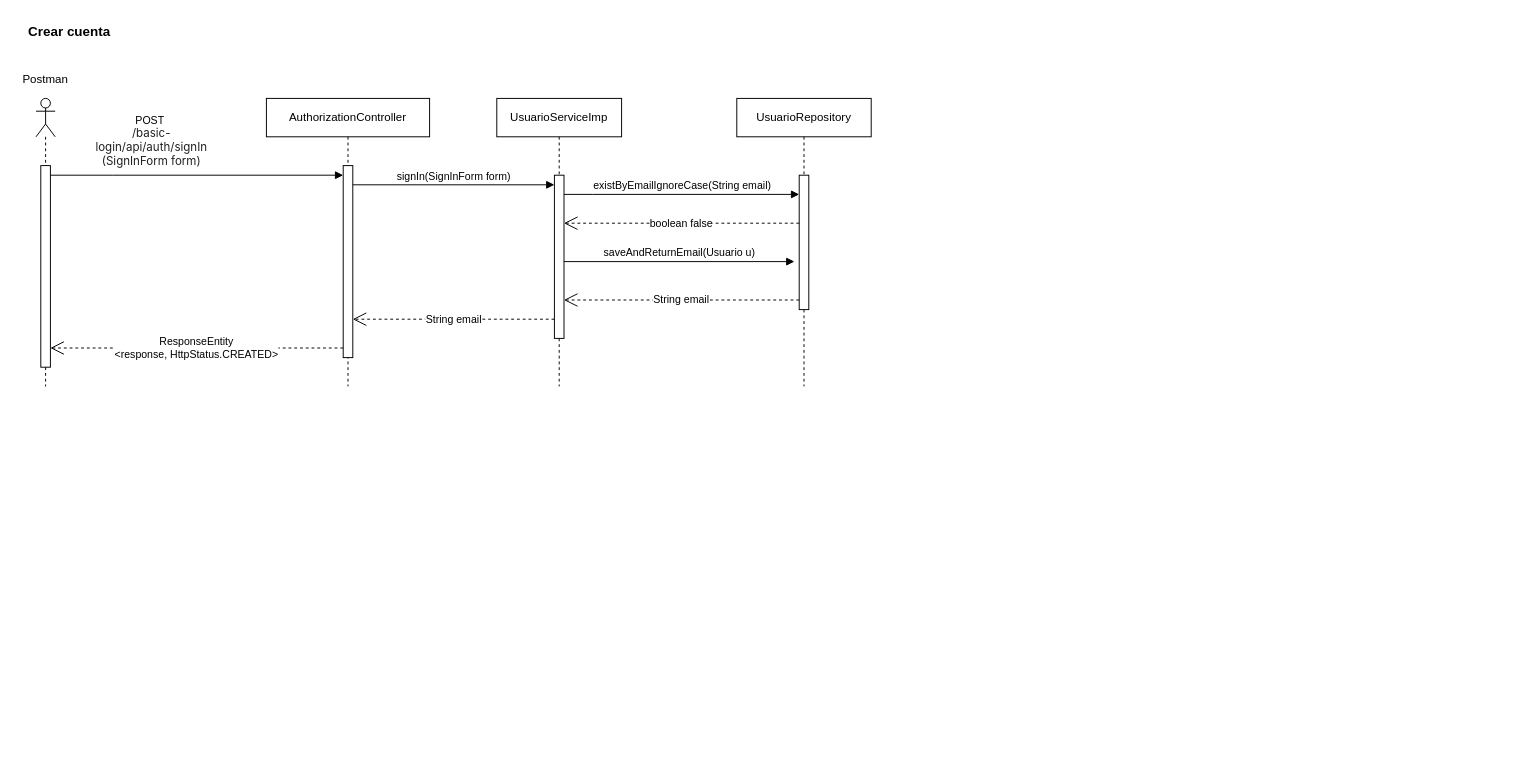
Before: page "Diagrama_secuencia_crear_cuenta" (1 of 3) of diagramas_secuencia_login_API.drawio in jdaniel3331/diagramas-drawio, a draw.io diagram. Source tidied: cells renumbered, new cells numbered last; positions are measured from the earlier drawing's top-left corner, leaving out a move shared by most shapes. Both pictures are drawn from the tidied source at 96%, with x=0, y=0 at pixel (16, 16).
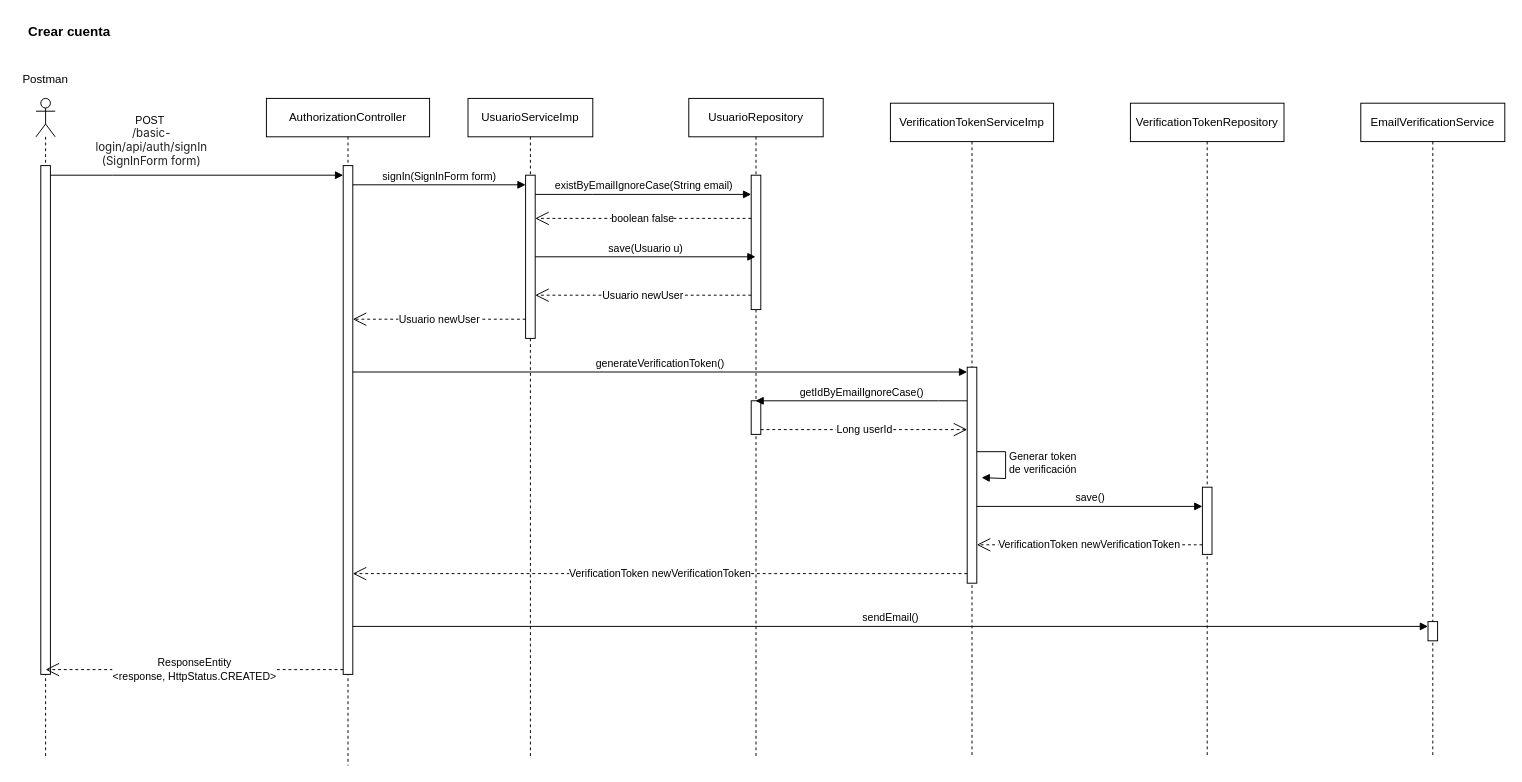
The same diagram, later.

Commit message:
Agregar envio de correo de verificacion al crear cuenta

Unchanged cells that the change refers to:
```xml
<mxCell id="5" style="html=1;points=[[0,0,0,0,5],[0,1,0,0,-5],[1,0,0,0,5],[1,1,0,0,-5]];perimeter=orthogonalPerimeter;outlineConnect=0;targetShapes=umlLifeline;portConstraint=eastwest;newEdgeStyle={&quot;curved&quot;:0,&quot;rounded&quot;:0};" parent="4" vertex="1">
  <mxGeometry x="60" y="80" width="10" height="170" as="geometry" />
</mxCell>
<mxCell id="8" style="html=1;points=[[0,0,0,0,5],[0,1,0,0,-5],[1,0,0,0,5],[1,1,0,0,-5]];perimeter=orthogonalPerimeter;outlineConnect=0;targetShapes=umlLifeline;portConstraint=eastwest;newEdgeStyle={&quot;curved&quot;:0,&quot;rounded&quot;:0};" parent="7" vertex="1">
  <mxGeometry x="65" y="80" width="10" height="140" as="geometry" />
</mxCell>
```

The edit, as a diff of the source:
```diff
@@
     <mxCell id="2" value="AuthorizationController" style="shape=umlLifeline;perimeter=lifelinePerimeter;whiteSpace=wrap;html=1;newEdgeStyle={&quot;curved&quot;:0,&quot;rounded&quot;:0};" parent="1" vertex="1">
-      <mxGeometry x="260" y="85" width="170" height="300" as="geometry" />
+      <mxGeometry x="260" y="85" width="170" height="695" as="geometry" />
     </mxCell>
     <mxCell id="3" style="html=1;points=[[0,0,0,0,5],[0,1,0,0,-5],[1,0,0,0,5],[1,1,0,0,-5]];perimeter=orthogonalPerimeter;outlineConnect=0;targetShapes=umlLifeline;portConstraint=eastwest;newEdgeStyle={&quot;curved&quot;:0,&quot;rounded&quot;:0};" parent="2" vertex="1">
-      <mxGeometry x="80" y="70" width="10" height="200" as="geometry" />
+      <mxGeometry x="80" y="70" width="10" height="530" as="geometry" />
     </mxCell>
     <mxCell id="4" value="UsuarioServiceImp" style="shape=umlLifeline;perimeter=lifelinePerimeter;whiteSpace=wrap;html=1;newEdgeStyle={&quot;curved&quot;:0,&quot;rounded&quot;:0};" parent="1" vertex="1">
-      <mxGeometry x="500" y="85" width="130" height="300" as="geometry" />
+      <mxGeometry x="470" y="85" width="130" height="685" as="geometry" />
     </mxCell>
@@
     <mxCell id="7" value="UsuarioRepository" style="shape=umlLifeline;perimeter=lifelinePerimeter;whiteSpace=wrap;html=1;outlineConnect=0;portConstraint=eastwest;newEdgeStyle={&quot;curved&quot;:0,&quot;rounded&quot;:0};" parent="1" vertex="1">
-      <mxGeometry x="750" y="85" width="140" height="300" as="geometry" />
+      <mxGeometry x="700" y="85" width="140" height="685" as="geometry" />
     </mxCell>
@@
+    <mxCell id="20" style="html=1;points=[[0,0,0,0,5],[0,1,0,0,-5],[1,0,0,0,5],[1,1,0,0,-5]];perimeter=orthogonalPerimeter;outlineConnect=0;targetShapes=umlLifeline;portConstraint=eastwest;newEdgeStyle={&quot;curved&quot;:0,&quot;rounded&quot;:0};" parent="7" vertex="1">
+      <mxGeometry x="65" y="315" width="10" height="35" as="geometry" />
+    </mxCell>
@@
     <mxCell id="10" value="boolean false" style="endArrow=open;endSize=12;dashed=1;html=1;rounded=0;" parent="1" edge="1">
       <mxGeometry relative="1" as="geometry">
-        <mxPoint x="815" y="215" as="sourcePoint" />
-        <mxPoint x="570" y="215" as="targetPoint" />
+        <mxPoint x="765" y="210" as="sourcePoint" />
+        <mxPoint x="540" y="210" as="targetPoint" />
       </mxGeometry>
     </mxCell>
-    <mxCell id="11" value="saveAndReturnEmail(Usuario u)" style="html=1;verticalAlign=bottom;endArrow=block;curved=0;rounded=0;" parent="1" edge="1">
-      <mxGeometry relative="1" as="geometry">
-        <mxPoint x="570" y="255" as="sourcePoint" />
-        <mxPoint x="810" y="255" as="targetPoint" />
-      </mxGeometry>
+    <mxCell id="11" value="save(Usuario u)" style="html=1;verticalAlign=bottom;endArrow=block;curved=0;rounded=0;" parent="1" edge="1" source="5" target="7">
+      <mxGeometry relative="1" as="geometry" />
     </mxCell>
-    <mxCell id="12" value="String email" style="endArrow=open;endSize=12;dashed=1;html=1;rounded=0;" parent="1" edge="1" source="8">
+    <mxCell id="12" value="Usuario newUser" style="endArrow=open;endSize=12;dashed=1;html=1;rounded=0;" parent="1" edge="1" source="8">
       <mxGeometry relative="1" as="geometry">
-        <mxPoint x="570" y="295" as="targetPoint" />
+        <mxPoint x="540" y="290" as="targetPoint" />
       </mxGeometry>
     </mxCell>
-    <mxCell id="13" value="String email" style="endArrow=open;endSize=12;dashed=1;html=1;rounded=0;" parent="1" edge="1">
+    <mxCell id="13" value="Usuario newUser" style="endArrow=open;endSize=12;dashed=1;html=1;rounded=0;" parent="1" edge="1" source="5">
       <mxGeometry relative="1" as="geometry">
-        <mxPoint x="560" y="315" as="sourcePoint" />
         <mxPoint x="350" y="315" as="targetPoint" />
       </mxGeometry>
     </mxCell>
     <mxCell id="14" style="shape=umlLifeline;perimeter=lifelinePerimeter;whiteSpace=wrap;html=1;newEdgeStyle={&quot;curved&quot;:0,&quot;rounded&quot;:0};participant=umlActor;" parent="1" vertex="1">
-      <mxGeometry x="20" y="85" width="20" height="300" as="geometry" />
+      <mxGeometry x="20" y="85" width="20" height="685" as="geometry" />
     </mxCell>
     <mxCell id="15" style="html=1;points=[[0,0,0,0,5],[0,1,0,0,-5],[1,0,0,0,5],[1,1,0,0,-5]];perimeter=orthogonalPerimeter;outlineConnect=0;targetShapes=umlLifeline;portConstraint=eastwest;newEdgeStyle={&quot;curved&quot;:0,&quot;rounded&quot;:0};" parent="14" vertex="1">
-      <mxGeometry x="5" y="70" width="10" height="210" as="geometry" />
+      <mxGeometry x="5" y="70" width="10" height="530" as="geometry" />
     </mxCell>
@@
-    <mxCell id="18" value="ResponseEntity&lt;div&gt;&amp;lt;response, HttpStatus.CREATED&amp;gt;&lt;/div&gt;" style="endArrow=open;endSize=12;dashed=1;html=1;rounded=0;" parent="1" edge="1" source="3" target="15">
+    <mxCell id="18" value="ResponseEntity&lt;div&gt;&amp;lt;response, HttpStatus.CREATED&amp;gt;&lt;/div&gt;" style="endArrow=open;endSize=12;dashed=1;html=1;rounded=0;exitX=0;exitY=1;exitDx=0;exitDy=-5;exitPerimeter=0;" parent="1" edge="1" source="3">
       <mxGeometry relative="1" as="geometry">
+        <mxPoint x="30" y="680" as="targetPoint" />
         <Array as="points">
-          <mxPoint x="160" y="345" />
+          <mxPoint x="160" y="680" />
         </Array>
       </mxGeometry>
     </mxCell>
@@
+    <mxCell id="21" value="VerificationTokenServiceImp" style="shape=umlLifeline;perimeter=lifelinePerimeter;whiteSpace=wrap;html=1;newEdgeStyle={&quot;curved&quot;:0,&quot;rounded&quot;:0};" parent="1" vertex="1">
+      <mxGeometry x="910" y="90" width="170" height="680" as="geometry" />
+    </mxCell>
+    <mxCell id="22" style="html=1;points=[[0,0,0,0,5],[0,1,0,0,-5],[1,0,0,0,5],[1,1,0,0,-5]];perimeter=orthogonalPerimeter;outlineConnect=0;targetShapes=umlLifeline;portConstraint=eastwest;newEdgeStyle={&quot;curved&quot;:0,&quot;rounded&quot;:0};" parent="21" vertex="1">
+      <mxGeometry x="80" y="275" width="10" height="225" as="geometry" />
+    </mxCell>
+    <mxCell id="23" value="Generar token&amp;nbsp;&lt;div&gt;de verificación&lt;/div&gt;" style="html=1;align=left;spacingLeft=2;endArrow=block;rounded=0;edgeStyle=orthogonalEdgeStyle;curved=0;rounded=0;" parent="21" edge="1" source="22">
+      <mxGeometry relative="1" as="geometry">
+        <mxPoint x="95" y="390" as="targetPoint" />
+        <Array as="points">
+          <mxPoint x="120" y="363" />
+          <mxPoint x="120" y="391" />
+        </Array>
+      </mxGeometry>
+    </mxCell>
+    <mxCell id="24" value="generateVerificationToken()" style="html=1;verticalAlign=bottom;endArrow=block;curved=0;rounded=0;entryX=0;entryY=0;entryDx=0;entryDy=5;entryPerimeter=0;" parent="1" edge="1" source="3" target="22">
+      <mxGeometry relative="1" as="geometry" />
+    </mxCell>
+    <mxCell id="25" value="VerificationTokenRepository" style="shape=umlLifeline;perimeter=lifelinePerimeter;whiteSpace=wrap;html=1;newEdgeStyle={&quot;curved&quot;:0,&quot;rounded&quot;:0};" parent="1" vertex="1">
+      <mxGeometry x="1160" y="90" width="160" height="680" as="geometry" />
+    </mxCell>
+    <mxCell id="26" style="html=1;points=[[0,0,0,0,5],[0,1,0,0,-5],[1,0,0,0,5],[1,1,0,0,-5]];perimeter=orthogonalPerimeter;outlineConnect=0;targetShapes=umlLifeline;portConstraint=eastwest;newEdgeStyle={&quot;curved&quot;:0,&quot;rounded&quot;:0};" parent="25" vertex="1">
+      <mxGeometry x="75" y="400" width="10" height="70" as="geometry" />
+    </mxCell>
+    <mxCell id="27" value="getIdByEmailIgnoreCase()" style="html=1;verticalAlign=bottom;endArrow=block;curved=0;rounded=0;" parent="1" edge="1" source="22" target="7">
+      <mxGeometry relative="1" as="geometry">
+        <Array as="points">
+          <mxPoint x="960" y="400" />
+        </Array>
+      </mxGeometry>
+    </mxCell>
+    <mxCell id="28" value="Long userId" style="endArrow=open;endSize=12;dashed=1;html=1;rounded=0;exitX=1;exitY=1;exitDx=0;exitDy=-5;exitPerimeter=0;" parent="1" edge="1" source="20" target="22">
+      <mxGeometry relative="1" as="geometry" />
+    </mxCell>
+    <mxCell id="29" value="save()" style="html=1;verticalAlign=bottom;endArrow=block;curved=0;rounded=0;" parent="1" edge="1" target="26">
+      <mxGeometry relative="1" as="geometry">
+        <mxPoint x="1000" y="510" as="sourcePoint" />
+      </mxGeometry>
+    </mxCell>
+    <mxCell id="30" value="VerificationToken newVerificationToken" style="endArrow=open;endSize=12;dashed=1;html=1;rounded=0;" parent="1" edge="1">
+      <mxGeometry relative="1" as="geometry">
+        <mxPoint x="1235" y="550" as="sourcePoint" />
+        <mxPoint x="1000" y="550" as="targetPoint" />
+      </mxGeometry>
+    </mxCell>
+    <mxCell id="31" value="EmailVerificationService" style="shape=umlLifeline;perimeter=lifelinePerimeter;whiteSpace=wrap;html=1;newEdgeStyle={&quot;curved&quot;:0,&quot;rounded&quot;:0};" parent="1" vertex="1">
+      <mxGeometry x="1400" y="90" width="150" height="680" as="geometry" />
+    </mxCell>
+    <mxCell id="32" style="html=1;points=[[0,0,0,0,5],[0,1,0,0,-5],[1,0,0,0,5],[1,1,0,0,-5]];perimeter=orthogonalPerimeter;outlineConnect=0;targetShapes=umlLifeline;portConstraint=eastwest;newEdgeStyle={&quot;curved&quot;:0,&quot;rounded&quot;:0};" parent="31" vertex="1">
+      <mxGeometry x="70" y="540" width="10" height="20" as="geometry" />
+    </mxCell>
+    <mxCell id="33" value="VerificationToken newVerificationToken" style="endArrow=open;endSize=12;dashed=1;html=1;rounded=0;" parent="1" edge="1" source="22" target="3">
+      <mxGeometry relative="1" as="geometry">
+        <Array as="points">
+          <mxPoint x="430" y="580" />
+        </Array>
+      </mxGeometry>
+    </mxCell>
+    <mxCell id="34" value="sendEmail()" style="html=1;verticalAlign=bottom;endArrow=block;curved=0;rounded=0;entryX=0;entryY=0;entryDx=0;entryDy=5;entryPerimeter=0;" parent="1" edge="1" source="3" target="32">
+      <mxGeometry relative="1" as="geometry" />
+    </mxCell>
```
